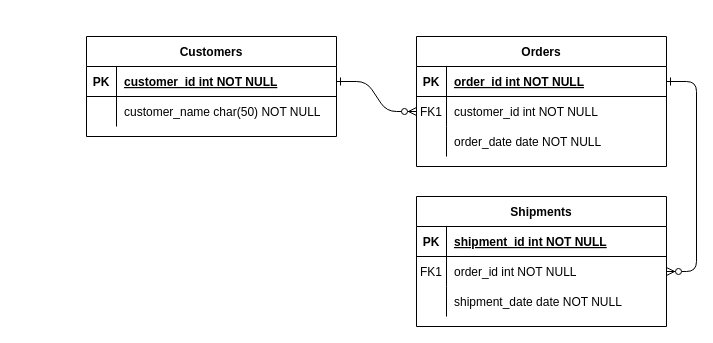
athazayyan/athazayyan keeps this draw.io diagram as Untitled Diagram.drawio. Above is the earlier version. Source tidied: cells renumbered, new cells numbered last; positions are measured from the earlier drawing's top-left corner, leaving out a move shared by most shapes. Both pictures are drawn from the tidied source at 100%, with x=0, y=0 at pixel (86, 36).
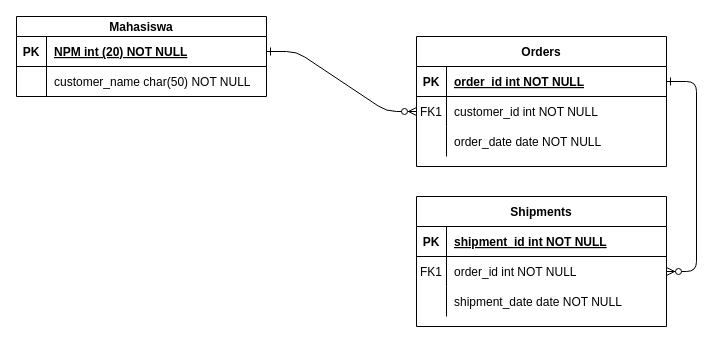
After the change.

What changed in the source:
```diff
@@
-    <mxCell id="24" value="Customers" style="shape=table;startSize=30;childLayout=tableLayout;rowLines=0;fontStyle=1;align=center;" parent="1" vertex="1">
-      <mxGeometry width="250" height="100" as="geometry" />
+    <mxCell id="24" value="Mahasiswa" style="shape=table;startSize=20;childLayout=tableLayout;rowLines=0;fontStyle=1;align=center;" parent="1" vertex="1">
+      <mxGeometry x="-70" y="-20" width="250" height="80" as="geometry" />
     </mxCell>
     <mxCell id="25" style="shape=partialRectangle;fillColor=none;points=[[0,0.5],[1,0.5]];portConstraint=eastwest;top=0;left=0;right=0;bottom=1;" parent="24" vertex="1">
-      <mxGeometry y="30" width="250" height="30" as="geometry" />
+      <mxGeometry y="20" width="250" height="30" as="geometry" />
     </mxCell>
@@
-    <mxCell id="27" value="customer_id int NOT NULL " style="shape=partialRectangle;overflow=hidden;fillColor=none;top=0;left=0;bottom=0;right=0;align=left;spacingLeft=6;fontStyle=5;" parent="25" vertex="1">
+    <mxCell id="27" value="NPM int (20) NOT NULL " style="shape=partialRectangle;overflow=hidden;fillColor=none;top=0;left=0;bottom=0;right=0;align=left;spacingLeft=6;fontStyle=5;" parent="25" vertex="1">
       <mxGeometry x="30" width="220" height="30" as="geometry" />
     </mxCell>
     <mxCell id="28" style="shape=partialRectangle;fillColor=none;top=0;left=0;right=0;bottom=0;" parent="24" vertex="1">
-      <mxGeometry y="60" width="250" height="30" as="geometry" />
+      <mxGeometry y="50" width="250" height="30" as="geometry" />
     </mxCell>
```
